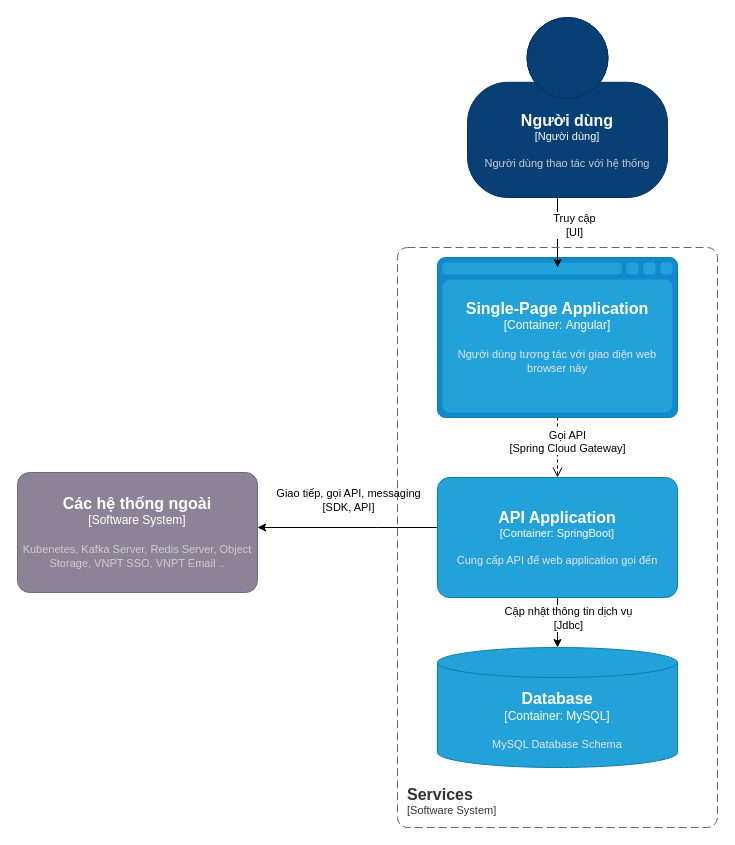
Earlier version of the draw.io diagram lv2-Shorten.drawio (dangngocsoncntt/draw.io). Source tidied: cells renumbered, new cells numbered last; positions are measured from the earlier drawing's top-left corner, leaving out a move shared by most shapes. Both pictures are drawn from the tidied source at 100%, with x=0, y=0 at pixel (17, 17).
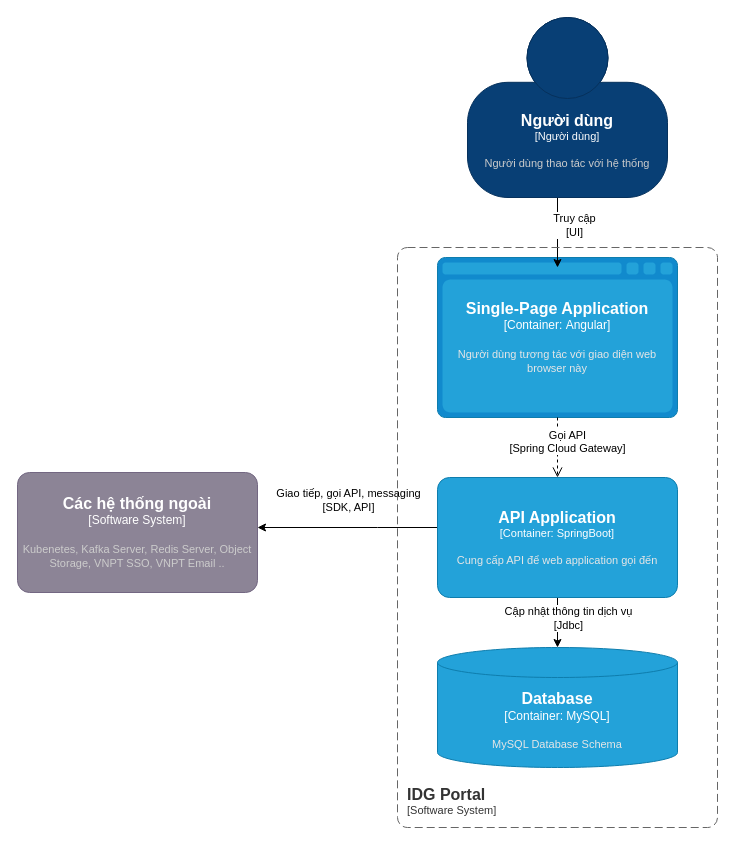
After the change.

Diff of the diagram source:
```diff
@@
-    <object id="12" label="&lt;font style=&quot;font-size: 16px&quot;&gt;&lt;b&gt;&lt;div style=&quot;text-align: left&quot;&gt;%c4Name%&lt;/div&gt;&lt;/b&gt;&lt;/font&gt;&lt;div style=&quot;text-align: left&quot;&gt;[%c4Application%]&lt;/div&gt;" c4Application="Software System" c4Name="Services" placeholders="1">
+    <object id="12" label="&lt;font style=&quot;font-size: 16px&quot;&gt;&lt;b&gt;&lt;div style=&quot;text-align: left&quot;&gt;%c4Name%&lt;/div&gt;&lt;/b&gt;&lt;/font&gt;&lt;div style=&quot;text-align: left&quot;&gt;[%c4Application%]&lt;/div&gt;" c4Application="Software System" c4Name="IDG Portal" placeholders="1">
       <mxCell style="rounded=1;fontSize=11;whiteSpace=wrap;html=1;dashed=1;arcSize=20;fillColor=none;strokeColor=#666666;fontColor=#333333;labelBackgroundColor=none;align=left;verticalAlign=bottom;labelBorderColor=none;spacingTop=0;spacing=10;dashPattern=8 4;perimeter=rectanglePerimeter;noLabel=0;labelPadding=0;absoluteArcSize=1;" parent="1" vertex="1">
         <mxGeometry x="380" y="230" width="320" height="580" as="geometry" />
       </mxCell>
     </object>
```
